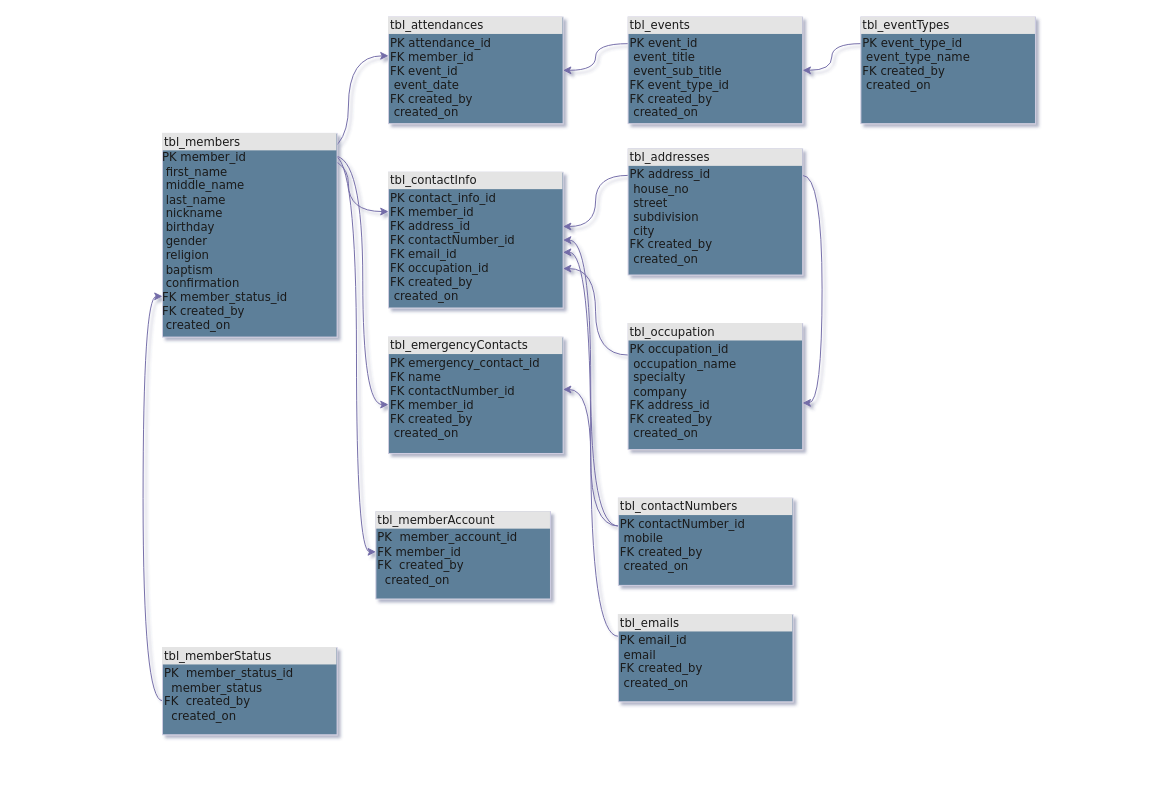
Above: BLD-App ERD.drawio in jbas1003/bld-app (draw.io), before the change. Source tidied: cells renumbered, new cells numbered last; positions are measured from the earlier drawing's top-left corner, leaving out a move shared by most shapes. Both pictures are drawn from the tidied source at 97%, with x=0, y=0 at pixel (162, 16).
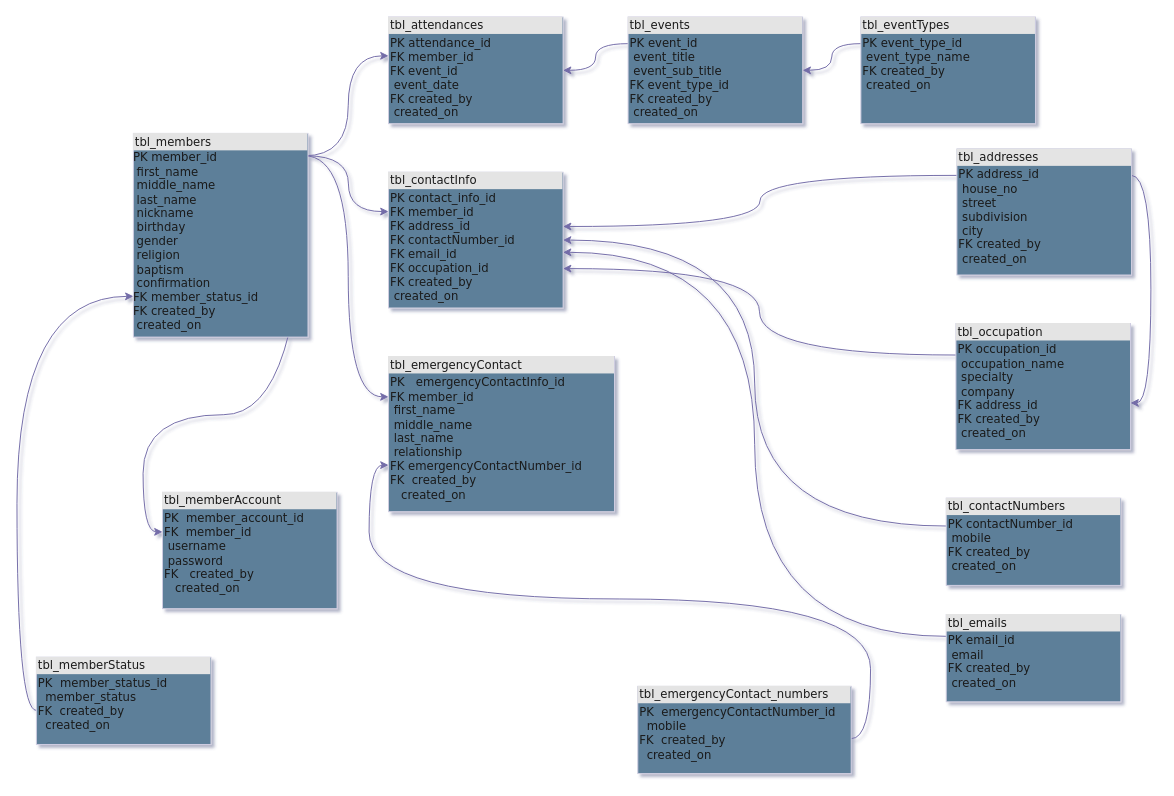
The same page after the edit.

Unchanged cells that the change refers to:
```xml
<mxCell id="12" value="&lt;div style=&quot;box-sizing:border-box;width:100%;background:#e4e4e4;padding:2px;&quot;&gt;tbl_attendances&lt;/div&gt;&lt;table style=&quot;width:100%;font-size:1em;&quot; cellpadding=&quot;2&quot; cellspacing=&quot;0&quot;&gt;&lt;tbody&gt;&lt;tr&gt;&lt;td&gt;PK&lt;span style=&quot;white-space: pre;&quot;&gt; &lt;/span&gt;attendance_id&lt;br&gt;FK&lt;span style=&quot;white-space: pre;&quot;&gt; &lt;/span&gt;member_id&lt;br&gt;FK&lt;span style=&quot;white-space: pre;&quot;&gt; &lt;/span&gt;event_id&lt;br&gt;&lt;span style=&quot;white-space: pre;&quot;&gt; &lt;/span&gt;event_date&lt;br&gt;FK&lt;span style=&quot;white-space: pre;&quot;&gt; &lt;/span&gt;created_by&lt;br&gt;&lt;span style=&quot;white-space: pre;&quot;&gt; &lt;/span&gt;created_on&lt;br&gt;&lt;/td&gt;&lt;td&gt;&lt;/td&gt;&lt;/tr&gt;&lt;/tbody&gt;&lt;/table&gt;" style="verticalAlign=top;align=left;overflow=fill;html=1;rounded=0;shadow=0;comic=0;labelBackgroundColor=none;strokeWidth=1;fontFamily=Verdana;fontSize=12;fillColor=#5D7F99;strokeColor=#D0CEE2;fontColor=#1A1A1A;" parent="1" vertex="1">
  <mxGeometry x="233" width="180" height="110" as="geometry" />
</mxCell>
```

The edit, as a diff of the source:
```diff
@@
-    <mxCell id="2" style="edgeStyle=orthogonalEdgeStyle;rounded=0;jettySize=auto;html=1;exitX=0.98;exitY=0.11;exitDx=0;exitDy=0;exitPerimeter=0;entryX=0;entryY=0.364;entryDx=0;entryDy=0;entryPerimeter=0;labelBackgroundColor=none;strokeColor=#736CA8;fontColor=default;curved=1;" parent="1" edge="1" target="12">
-      <mxGeometry relative="1" as="geometry">
-        <mxPoint x="149.4" y="143.1" as="sourcePoint" />
-      </mxGeometry>
+    <mxCell id="2" style="edgeStyle=orthogonalEdgeStyle;rounded=0;jettySize=auto;html=1;exitX=0.98;exitY=0.11;exitDx=0;exitDy=0;exitPerimeter=0;entryX=0;entryY=0.364;entryDx=0;entryDy=0;entryPerimeter=0;labelBackgroundColor=none;strokeColor=#736CA8;fontColor=default;curved=1;" parent="1" edge="1" source="6" target="12">
+      <mxGeometry relative="1" as="geometry" />
     </mxCell>
@@
-    <mxCell id="4" style="edgeStyle=orthogonalEdgeStyle;rounded=0;jettySize=auto;html=1;exitX=0.98;exitY=0.11;exitDx=0;exitDy=0;exitPerimeter=0;entryX=0;entryY=0.58;entryDx=0;entryDy=0;entryPerimeter=0;labelBackgroundColor=none;strokeColor=#736CA8;fontColor=default;curved=1;" parent="1" edge="1" source="6" target="25">
-      <mxGeometry relative="1" as="geometry" />
-    </mxCell>
-    <mxCell id="5" style="edgeStyle=orthogonalEdgeStyle;rounded=0;jettySize=auto;html=1;exitX=0.98;exitY=0.11;exitDx=0;exitDy=0;exitPerimeter=0;entryX=0;entryY=0.46;entryDx=0;entryDy=0;entryPerimeter=0;curved=1;strokeColor=#736CA8;" parent="1" edge="1" source="6" target="26">
+    <mxCell id="5" style="edgeStyle=orthogonalEdgeStyle;rounded=0;jettySize=auto;html=1;exitX=0.98;exitY=0.11;exitDx=0;exitDy=0;exitPerimeter=0;entryX=0;entryY=0.34;entryDx=0;entryDy=0;entryPerimeter=0;curved=1;strokeColor=#736CA8;" parent="1" edge="1" source="6" target="26">
       <mxGeometry relative="1" as="geometry" />
     </mxCell>
+    <mxCell id="27" style="edgeStyle=orthogonalEdgeStyle;rounded=0;jettySize=auto;html=1;exitX=0.98;exitY=0.11;exitDx=0;exitDy=0;exitPerimeter=0;entryX=0;entryY=0.26;entryDx=0;entryDy=0;entryPerimeter=0;curved=1;strokeColor=#736CA8;" parent="1" edge="1" source="6" target="28">
+      <mxGeometry relative="1" as="geometry" />
+    </mxCell>
     <mxCell id="6" value="&lt;div style=&quot;box-sizing:border-box;width:100%;background:#e4e4e4;padding:2px;&quot;&gt;tbl_members&lt;/div&gt;PK&lt;span style=&quot;white-space: pre;&quot;&gt; &lt;/span&gt;member_id&lt;br&gt;&lt;span style=&quot;white-space: pre;&quot;&gt; &lt;/span&gt;first_name&lt;br&gt;&lt;span style=&quot;white-space: pre;&quot;&gt; &lt;/span&gt;middle_name&lt;br&gt;&lt;span style=&quot;white-space: pre;&quot;&gt; &lt;/span&gt;last_name&lt;br&gt;&lt;span style=&quot;white-space: pre;&quot;&gt; &lt;/span&gt;nickname&lt;br&gt;&lt;span style=&quot;white-space: pre;&quot;&gt; &lt;/span&gt;birthday&lt;br&gt;&lt;span style=&quot;white-space: pre;&quot;&gt; &lt;/span&gt;gender&lt;br&gt;&lt;span style=&quot;white-space: pre;&quot;&gt; &lt;/span&gt;religion&lt;br&gt;&lt;span style=&quot;white-space: pre;&quot;&gt; &lt;/span&gt;baptism&lt;br&gt;&lt;span style=&quot;white-space: pre;&quot;&gt; &lt;/span&gt;confirmation&lt;br&gt;FK&lt;span style=&quot;white-space: pre;&quot;&gt; &lt;/span&gt;member_status_id&lt;br&gt;&lt;span style=&quot;white-space: pre;&quot;&gt;FK&lt;span style=&quot;white-space: pre;&quot;&gt; &lt;/span&gt;created_by&lt;br&gt;&lt;span style=&quot;white-space: pre;&quot;&gt; &lt;/span&gt;created_on &lt;/span&gt;" style="verticalAlign=top;align=left;overflow=fill;html=1;rounded=0;shadow=0;comic=0;labelBackgroundColor=none;strokeWidth=1;fontFamily=Verdana;fontSize=12;points=[[0,0,0,0,0],[0,0.11,0,0,0],[0,0.8,0,0,0],[0,0.88,0,0,0],[0,1,0,0,0],[0.25,0,0,0,0],[0.25,1,0,0,0],[0.5,0,0,0,0],[0.5,1,0,0,0],[0.75,0,0,0,0],[0.75,1,0,0,0],[0.98,0.11,0,0,0],[1,0,0,0,0],[1,0.8,0,0,0],[1,0.88,0,0,0],[1,1,0,0,0]];fillColor=#5D7F99;strokeColor=#D0CEE2;fontColor=#1A1A1A;" parent="1" vertex="1">
-      <mxGeometry y="120" width="180" height="210" as="geometry" />
+      <mxGeometry x="-30" y="120" width="180" height="210" as="geometry" />
     </mxCell>
@@
     <mxCell id="8" value="&lt;div style=&quot;box-sizing: border-box ; width: 100% ; background: #e4e4e4 ; padding: 2px&quot;&gt;tbl_occupation&lt;/div&gt;&lt;table style=&quot;width: 100% ; font-size: 1em&quot; cellpadding=&quot;2&quot; cellspacing=&quot;0&quot;&gt;&lt;tbody&gt;&lt;tr&gt;&lt;td&gt;PK&lt;span style=&quot;white-space: pre;&quot;&gt; &lt;/span&gt;occupation_id&lt;br&gt;&lt;span style=&quot;white-space: pre;&quot;&gt; &lt;/span&gt;occupation_name&lt;br&gt;&lt;span style=&quot;white-space: pre;&quot;&gt; &lt;/span&gt;specialty&lt;br&gt;&lt;span style=&quot;white-space: pre;&quot;&gt; &lt;/span&gt;company&lt;br&gt;FK&lt;span style=&quot;white-space: pre;&quot;&gt; &lt;/span&gt;address_id&lt;br&gt;FK&lt;span style=&quot;white-space: pre;&quot;&gt; &lt;/span&gt;created_by&lt;br&gt;&lt;span style=&quot;white-space: pre;&quot;&gt; &lt;/span&gt;created_on&lt;br&gt;&lt;/td&gt;&lt;td&gt;&lt;/td&gt;&lt;/tr&gt;&lt;/tbody&gt;&lt;/table&gt;" style="verticalAlign=top;align=left;overflow=fill;html=1;rounded=0;shadow=0;comic=0;labelBackgroundColor=none;strokeWidth=1;fontFamily=Verdana;fontSize=12;fillColor=#5D7F99;strokeColor=#D0CEE2;fontColor=#1A1A1A;" parent="1" vertex="1">
-      <mxGeometry x="480" y="316" width="180" height="130" as="geometry" />
+      <mxGeometry x="818" y="316" width="180" height="130" as="geometry" />
     </mxCell>
@@
     <mxCell id="10" value="&lt;div style=&quot;box-sizing:border-box;width:100%;background:#e4e4e4;padding:2px;&quot;&gt;tbl_memberStatus&lt;/div&gt;&lt;table style=&quot;width:100%;font-size:1em;&quot; cellpadding=&quot;2&quot; cellspacing=&quot;0&quot;&gt;&lt;tbody&gt;&lt;tr&gt;&lt;td&gt;PK&lt;span style=&quot;white-space: pre;&quot;&gt; &lt;span style=&quot;white-space: pre;&quot;&gt; &lt;/span&gt;&lt;/span&gt;member_status_id&lt;br&gt;&lt;span style=&quot;white-space: pre;&quot;&gt; &lt;span style=&quot;white-space: pre;&quot;&gt; &lt;/span&gt;&lt;/span&gt;member_status&lt;br&gt;FK&lt;span style=&quot;white-space: pre;&quot;&gt; &lt;span style=&quot;white-space: pre;&quot;&gt; &lt;/span&gt;&lt;/span&gt;created_by&lt;br&gt;&lt;span style=&quot;white-space: pre;&quot;&gt; &lt;span style=&quot;white-space: pre;&quot;&gt; &lt;/span&gt;&lt;/span&gt;created_on&lt;br&gt;&lt;/td&gt;&lt;td&gt;&lt;/td&gt;&lt;/tr&gt;&lt;/tbody&gt;&lt;/table&gt;" style="verticalAlign=top;align=left;overflow=fill;html=1;rounded=0;shadow=0;comic=0;labelBackgroundColor=none;strokeWidth=1;fontFamily=Verdana;fontSize=12;points=[[0,0,0,0,0],[0,0.28,0,0,0],[0,0.61,0,0,0],[0,0.75,0,0,0],[0,1,0,0,0],[0.25,0,0,0,0],[0.25,1,0,0,0],[0.5,0,0,0,0],[0.5,1,0,0,0],[0.75,0,0,0,0],[0.75,1,0,0,0],[1,0,0,0,0],[1,0.25,0,0,0],[1,0.61,0,0,0],[1,0.75,0,0,0],[1,1,0,0,0]];fillColor=#5D7F99;strokeColor=#D0CEE2;fontColor=#1A1A1A;" parent="1" vertex="1">
-      <mxGeometry y="650" width="180" height="90" as="geometry" />
+      <mxGeometry x="-130" y="660" width="180" height="90" as="geometry" />
     </mxCell>
@@
     <mxCell id="19" value="&lt;div style=&quot;box-sizing: border-box ; width: 100% ; background: #e4e4e4 ; padding: 2px&quot;&gt;tbl_addresses&lt;/div&gt;&lt;table style=&quot;width: 100% ; font-size: 1em&quot; cellpadding=&quot;2&quot; cellspacing=&quot;0&quot;&gt;&lt;tbody&gt;&lt;tr&gt;&lt;td&gt;PK&lt;span style=&quot;white-space: pre;&quot;&gt; &lt;/span&gt;address_id&lt;br&gt;&lt;span style=&quot;white-space: pre;&quot;&gt; &lt;/span&gt;house_no&lt;br&gt;&lt;span style=&quot;white-space: pre;&quot;&gt; &lt;/span&gt;street&lt;br&gt;&lt;span style=&quot;white-space: pre;&quot;&gt; &lt;/span&gt;subdivision&lt;br&gt;&lt;span style=&quot;white-space: pre;&quot;&gt; &lt;/span&gt;city&lt;br&gt;FK&lt;span style=&quot;white-space: pre;&quot;&gt; &lt;/span&gt;created_by&lt;br&gt;&lt;span style=&quot;white-space: pre;&quot;&gt; &lt;/span&gt;created_on&lt;br&gt;&lt;/td&gt;&lt;td&gt;&lt;/td&gt;&lt;/tr&gt;&lt;/tbody&gt;&lt;/table&gt;" style="verticalAlign=top;align=left;overflow=fill;html=1;rounded=0;shadow=0;comic=0;labelBackgroundColor=none;strokeWidth=1;fontFamily=Verdana;fontSize=12;points=[[0,0,0,0,0],[0,0.21,0,0,0],[0,0.5,0,0,0],[0,0.75,0,0,0],[0,1,0,0,0],[0.25,0,0,0,0],[0.25,1,0,0,0],[0.5,0,0,0,0],[0.5,1,0,0,0],[0.75,0,0,0,0],[0.75,1,0,0,0],[1,0,0,0,0],[1,0.21,0,0,0],[1,0.5,0,0,0],[1,0.75,0,0,0],[1,1,0,0,0]];fillColor=#5D7F99;strokeColor=#D0CEE2;fontColor=#1A1A1A;" parent="1" vertex="1">
-      <mxGeometry x="480" y="136" width="180" height="130" as="geometry" />
+      <mxGeometry x="819" y="136" width="180" height="130" as="geometry" />
     </mxCell>
@@
     <mxCell id="21" value="&lt;div style=&quot;box-sizing: border-box ; width: 100% ; background: #e4e4e4 ; padding: 2px&quot;&gt;tbl_emails&lt;/div&gt;&lt;table style=&quot;width: 100% ; font-size: 1em&quot; cellpadding=&quot;2&quot; cellspacing=&quot;0&quot;&gt;&lt;tbody&gt;&lt;tr&gt;&lt;td&gt;PK&lt;span style=&quot;white-space: pre;&quot;&gt; &lt;/span&gt;email_id&lt;br&gt;&lt;span style=&quot;white-space: pre;&quot;&gt; &lt;/span&gt;email&lt;br&gt;FK&lt;span style=&quot;white-space: pre;&quot;&gt; &lt;/span&gt;created_by&lt;br&gt;&lt;span style=&quot;white-space: pre;&quot;&gt; &lt;/span&gt;created_on&lt;br&gt;&lt;/td&gt;&lt;td&gt;&lt;/td&gt;&lt;/tr&gt;&lt;/tbody&gt;&lt;/table&gt;" style="verticalAlign=top;align=left;overflow=fill;html=1;rounded=0;shadow=0;comic=0;labelBackgroundColor=none;strokeWidth=1;fontFamily=Verdana;fontSize=12;fillColor=#5D7F99;strokeColor=#D0CEE2;fontColor=#1A1A1A;" parent="1" vertex="1">
-      <mxGeometry x="470" y="616" width="180" height="90" as="geometry" />
+      <mxGeometry x="808" y="616" width="180" height="90" as="geometry" />
     </mxCell>
@@
-    <mxCell id="23" style="edgeStyle=orthogonalEdgeStyle;rounded=0;jettySize=auto;html=1;exitX=0;exitY=0.32;exitDx=0;exitDy=0;exitPerimeter=0;entryX=1;entryY=0.45;entryDx=0;entryDy=0;entryPerimeter=0;labelBackgroundColor=none;strokeColor=#736CA8;fontColor=default;curved=1;" parent="1" edge="1" source="24" target="25">
-      <mxGeometry relative="1" as="geometry" />
-    </mxCell>
     <mxCell id="24" value="&lt;div style=&quot;box-sizing: border-box ; width: 100% ; background: #e4e4e4 ; padding: 2px&quot;&gt;tbl_contactNumbers&lt;/div&gt;&lt;table style=&quot;width: 100% ; font-size: 1em&quot; cellpadding=&quot;2&quot; cellspacing=&quot;0&quot;&gt;&lt;tbody&gt;&lt;tr&gt;&lt;td&gt;PK&lt;span style=&quot;white-space: pre;&quot;&gt; &lt;/span&gt;contactNumber_id&lt;br&gt;&lt;span style=&quot;white-space: pre;&quot;&gt; &lt;/span&gt;mobile&lt;br&gt;FK&lt;span style=&quot;white-space: pre;&quot;&gt; &lt;/span&gt;created_by&lt;br&gt;&lt;span style=&quot;white-space: pre;&quot;&gt; &lt;/span&gt;created_on&lt;br&gt;&lt;/td&gt;&lt;td&gt;&lt;/td&gt;&lt;/tr&gt;&lt;/tbody&gt;&lt;/table&gt;" style="verticalAlign=top;align=left;overflow=fill;html=1;rounded=0;shadow=0;comic=0;labelBackgroundColor=none;strokeWidth=1;fontFamily=Verdana;fontSize=12;points=[[0,0,0,0,0],[0,0.32,0,0,0],[0,0.6,0,0,0],[0,0.75,0,0,0],[0,1,0,0,0],[0.25,0,0,0,0],[0.25,1,0,0,0],[0.5,0,0,0,0],[0.5,1,0,0,0],[0.75,0,0,0,0],[0.75,1,0,0,0],[1,0,0,0,0],[1,0.29,0,0,0],[1,0.6,0,0,0],[1,0.75,0,0,0],[1,1,0,0,0]];fillColor=#5D7F99;strokeColor=#D0CEE2;fontColor=#1A1A1A;" parent="1" vertex="1">
-      <mxGeometry x="470" y="496" width="180" height="90" as="geometry" />
+      <mxGeometry x="808" y="496" width="180" height="90" as="geometry" />
     </mxCell>
-    <mxCell id="25" value="&lt;div style=&quot;box-sizing: border-box ; width: 100% ; background: #e4e4e4 ; padding: 2px&quot;&gt;tbl_emergencyContacts&lt;/div&gt;&lt;table style=&quot;width: 100% ; font-size: 1em&quot; cellpadding=&quot;2&quot; cellspacing=&quot;0&quot;&gt;&lt;tbody&gt;&lt;tr&gt;&lt;td&gt;PK&lt;span style=&quot;white-space: pre;&quot;&gt; &lt;/span&gt;emergency_contact_id&lt;br&gt;FK&lt;span style=&quot;white-space: pre;&quot;&gt; &lt;/span&gt;name&lt;br&gt;FK&lt;span style=&quot;white-space: pre;&quot;&gt; &lt;/span&gt;contactNumber_id&lt;br&gt;FK&lt;span style=&quot;white-space: pre;&quot;&gt; &lt;/span&gt;member_id&lt;br&gt;FK&lt;span style=&quot;white-space: pre;&quot;&gt; &lt;/span&gt;created_by&lt;br&gt;&lt;span style=&quot;white-space: pre;&quot;&gt; &lt;/span&gt;created_on&lt;br&gt;&lt;/td&gt;&lt;td&gt;&lt;/td&gt;&lt;/tr&gt;&lt;/tbody&gt;&lt;/table&gt;" style="verticalAlign=top;align=left;overflow=fill;html=1;rounded=0;shadow=0;comic=0;labelBackgroundColor=none;strokeWidth=1;fontFamily=Verdana;fontSize=12;points=[[0,0,0,0,0],[0,0.2,0,0,0],[0,0.34,0,0,0],[0,0.45,0,0,0],[0,0.58,0,0,0],[0,0.7,0,0,0],[0,1,0,0,0],[0.25,0,0,0,0],[0.25,1,0,0,0],[0.5,0,0,0,0],[0.5,1,0,0,0],[0.75,0,0,0,0],[0.75,1,0,0,0],[1,0,0,0,0],[1,0.2,0,0,0],[1,0.34,0,0,0],[1,0.45,0,0,0],[1,0.58,0,0,0],[1,0.7,0,0,0],[1,1,0,0,0]];fillColor=#5D7F99;strokeColor=#D0CEE2;fontColor=#1A1A1A;" parent="1" vertex="1">
-      <mxGeometry x="233" y="330" width="180" height="120" as="geometry" />
-    </mxCell>
-    <mxCell id="26" value="&lt;div style=&quot;box-sizing:border-box;width:100%;background:#e4e4e4;padding:2px;&quot;&gt;tbl_memberAccount&lt;/div&gt;&lt;table style=&quot;width:100%;font-size:1em;&quot; cellpadding=&quot;2&quot; cellspacing=&quot;0&quot;&gt;&lt;tbody&gt;&lt;tr&gt;&lt;td&gt;PK&lt;span style=&quot;white-space: pre;&quot;&gt; &lt;span style=&quot;white-space: pre;&quot;&gt; &lt;/span&gt;&lt;/span&gt;member_account_id&lt;br&gt;FK&lt;span style=&quot;white-space: pre;&quot;&gt; &lt;/span&gt;member_id&lt;br&gt;FK&lt;span style=&quot;white-space: pre;&quot;&gt; &lt;span style=&quot;white-space: pre;&quot;&gt; &lt;/span&gt;&lt;/span&gt;created_by&lt;br&gt;&lt;span style=&quot;white-space: pre;&quot;&gt; &lt;span style=&quot;white-space: pre;&quot;&gt; &lt;/span&gt;&lt;/span&gt;created_on&lt;br&gt;&lt;/td&gt;&lt;td&gt;&lt;/td&gt;&lt;/tr&gt;&lt;/tbody&gt;&lt;/table&gt;" style="verticalAlign=top;align=left;overflow=fill;html=1;rounded=0;shadow=0;comic=0;labelBackgroundColor=none;strokeWidth=1;fontFamily=Verdana;fontSize=12;points=[[0,0,0,0,0],[0,0.28,0,0,0],[0,0.46,0,0,0],[0,0.61,0,0,0],[0,1,0,0,0],[0.25,0,0,0,0],[0.25,1,0,0,0],[0.5,0,0,0,0],[0.5,1,0,0,0],[0.75,0,0,0,0],[0.75,1,0,0,0],[1,0,0,0,0],[1,0.25,0,0,0],[1,0.5,0,0,0],[1,0.64,0,0,0],[1,1,0,0,0]];fillColor=#5D7F99;strokeColor=#D0CEE2;fontColor=#1A1A1A;" parent="1" vertex="1">
-      <mxGeometry x="220" y="510" width="180" height="90" as="geometry" />
+    <mxCell id="26" value="&lt;div style=&quot;box-sizing:border-box;width:100%;background:#e4e4e4;padding:2px;&quot;&gt;tbl_memberAccount&lt;/div&gt;&lt;table style=&quot;width:100%;font-size:1em;&quot; cellpadding=&quot;2&quot; cellspacing=&quot;0&quot;&gt;&lt;tbody&gt;&lt;tr&gt;&lt;td&gt;PK&lt;span style=&quot;white-space: pre;&quot;&gt; &lt;span style=&quot;white-space: pre;&quot;&gt; &lt;/span&gt;&lt;/span&gt;member_account_id&lt;br&gt;FK&lt;span style=&quot;white-space: pre;&quot;&gt; &lt;span style=&quot;white-space: pre;&quot;&gt; &lt;/span&gt;&lt;/span&gt;member_id&lt;br&gt;&lt;span style=&quot;white-space: pre;&quot;&gt; &lt;/span&gt;username&lt;br&gt;&lt;span style=&quot;white-space: pre;&quot;&gt; &lt;/span&gt;password&lt;br&gt;FK&lt;span style=&quot;white-space: pre;&quot;&gt; &lt;span style=&quot;white-space: pre;&quot;&gt; &lt;span style=&quot;white-space: pre;&quot;&gt; &lt;/span&gt;&lt;/span&gt;&lt;/span&gt;created_by&lt;br&gt;&lt;span style=&quot;white-space: pre;&quot;&gt; &lt;span style=&quot;white-space: pre;&quot;&gt; &lt;span style=&quot;white-space: pre;&quot;&gt; &lt;/span&gt;&lt;/span&gt;&lt;/span&gt;created_on&lt;br&gt;&lt;/td&gt;&lt;td&gt;&lt;/td&gt;&lt;/tr&gt;&lt;/tbody&gt;&lt;/table&gt;" style="verticalAlign=top;align=left;overflow=fill;html=1;rounded=0;shadow=0;comic=0;labelBackgroundColor=none;strokeWidth=1;fontFamily=Verdana;fontSize=12;points=[[0,0,0,0,0],[0,0.22,0,0,0],[0,0.34,0,0,0],[0,0.61,0,0,0],[0,1,0,0,0],[0.25,0,0,0,0],[0.25,1,0,0,0],[0.5,0,0,0,0],[0.5,1,0,0,0],[0.75,0,0,0,0],[0.75,1,0,0,0],[1,0,0,0,0],[1,0.25,0,0,0],[1,0.5,0,0,0],[1,0.64,0,0,0],[1,1,0,0,0]];fillColor=#5D7F99;strokeColor=#D0CEE2;fontColor=#1A1A1A;" parent="1" vertex="1">
+      <mxGeometry y="490" width="180" height="120" as="geometry" />
     </mxCell>
+    <mxCell id="28" value="&lt;div style=&quot;box-sizing: border-box ; width: 100% ; background: #e4e4e4 ; padding: 2px&quot;&gt;tbl_emergencyContact&lt;/div&gt;&lt;table style=&quot;width: 100% ; font-size: 1em&quot; cellpadding=&quot;2&quot; cellspacing=&quot;0&quot;&gt;&lt;tbody&gt;&lt;tr&gt;&lt;td&gt;PK&lt;span style=&quot;white-space: pre;&quot;&gt; &lt;span style=&quot;white-space: pre;&quot;&gt; &lt;span style=&quot;white-space: pre;&quot;&gt; &lt;/span&gt;&lt;/span&gt;&lt;/span&gt;emergencyContactInfo_id&lt;br&gt;FK&lt;span style=&quot;white-space: pre;&quot;&gt; &lt;/span&gt;member_id&lt;br&gt;&lt;span style=&quot;white-space: pre;&quot;&gt; &lt;/span&gt;first_name&lt;br&gt;&lt;span style=&quot;white-space: pre;&quot;&gt; &lt;/span&gt;middle_name&lt;br&gt;&lt;span style=&quot;white-space: pre;&quot;&gt; &lt;/span&gt;last_name&lt;br&gt;&lt;span style=&quot;white-space: pre;&quot;&gt; &lt;/span&gt;relationship&lt;br&gt;FK&lt;span style=&quot;white-space: pre;&quot;&gt; &lt;/span&gt;emergencyContactNumber_id&lt;br&gt;FK&lt;span style=&quot;white-space: pre;&quot;&gt; &lt;span style=&quot;white-space: pre;&quot;&gt; &lt;/span&gt;&lt;/span&gt;created_by&lt;br&gt;&lt;span style=&quot;white-space: pre;&quot;&gt; &lt;span style=&quot;white-space: pre;&quot;&gt; &lt;span style=&quot;white-space: pre;&quot;&gt; &lt;/span&gt;&lt;/span&gt;&lt;/span&gt;created_on&lt;br&gt;&lt;/td&gt;&lt;td&gt;&lt;/td&gt;&lt;/tr&gt;&lt;/tbody&gt;&lt;/table&gt;" style="verticalAlign=top;align=left;overflow=fill;html=1;rounded=0;shadow=0;comic=0;labelBackgroundColor=none;strokeWidth=1;fontFamily=Verdana;fontSize=12;points=[[0,0,0,0,0],[0,0.16,0,0,0],[0,0.26,0,0,0],[0,0.45,0,0,0],[0,0.58,0,0,0],[0,0.7,0,0,0],[0,1,0,0,0],[0.25,0,0,0,0],[0.25,1,0,0,0],[0.5,0,0,0,0],[0.5,1,0,0,0],[0.75,0,0,0,0],[0.75,1,0,0,0],[1,0,0,0,0],[1,0.2,0,0,0],[1,0.34,0,0,0],[1,0.45,0,0,0],[1,0.58,0,0,0],[1,0.7,0,0,0],[1,1,0,0,0]];fillColor=#5D7F99;strokeColor=#D0CEE2;fontColor=#1A1A1A;" parent="1" vertex="1">
+      <mxGeometry x="233" y="350" width="233" height="160" as="geometry" />
+    </mxCell>
+    <mxCell id="29" style="edgeStyle=orthogonalEdgeStyle;rounded=0;jettySize=auto;html=1;exitX=1;exitY=0.6;exitDx=0;exitDy=0;exitPerimeter=0;entryX=0;entryY=0.7;entryDx=0;entryDy=0;entryPerimeter=0;curved=1;strokeColor=#736CA8;" parent="1" edge="1" source="30" target="28">
+      <mxGeometry relative="1" as="geometry" />
+    </mxCell>
+    <mxCell id="30" value="&lt;div style=&quot;box-sizing: border-box ; width: 100% ; background: #e4e4e4 ; padding: 2px&quot;&gt;tbl_emergencyContact_numbers&lt;/div&gt;&lt;table style=&quot;width: 100% ; font-size: 1em&quot; cellpadding=&quot;2&quot; cellspacing=&quot;0&quot;&gt;&lt;tbody&gt;&lt;tr&gt;&lt;td&gt;PK&lt;span style=&quot;white-space: pre;&quot;&gt; &lt;span style=&quot;white-space: pre;&quot;&gt; &lt;/span&gt;emergencyC&lt;/span&gt;ontactNumber_id&lt;br&gt;&lt;span style=&quot;white-space: pre;&quot;&gt; &lt;span style=&quot;white-space: pre;&quot;&gt; &lt;/span&gt;&lt;/span&gt;mobile&lt;br&gt;FK&lt;span style=&quot;white-space: pre;&quot;&gt; &lt;span style=&quot;white-space: pre;&quot;&gt; &lt;/span&gt;&lt;/span&gt;created_by&lt;br&gt;&lt;span style=&quot;white-space: pre;&quot;&gt; &lt;span style=&quot;white-space: pre;&quot;&gt; &lt;/span&gt;&lt;/span&gt;created_on&lt;br&gt;&lt;/td&gt;&lt;td&gt;&lt;/td&gt;&lt;/tr&gt;&lt;/tbody&gt;&lt;/table&gt;" style="verticalAlign=top;align=left;overflow=fill;html=1;rounded=0;shadow=0;comic=0;labelBackgroundColor=none;strokeWidth=1;fontFamily=Verdana;fontSize=12;points=[[0,0,0,0,0],[0,0.32,0,0,0],[0,0.6,0,0,0],[0,0.75,0,0,0],[0,1,0,0,0],[0.25,0,0,0,0],[0.25,1,0,0,0],[0.5,0,0,0,0],[0.5,1,0,0,0],[0.75,0,0,0,0],[0.75,1,0,0,0],[1,0,0,0,0],[1,0.29,0,0,0],[1,0.6,0,0,0],[1,0.75,0,0,0],[1,1,0,0,0]];fillColor=#5D7F99;strokeColor=#D0CEE2;fontColor=#1A1A1A;" parent="1" vertex="1">
+      <mxGeometry x="490" y="690" width="220" height="90" as="geometry" />
+    </mxCell>
```
